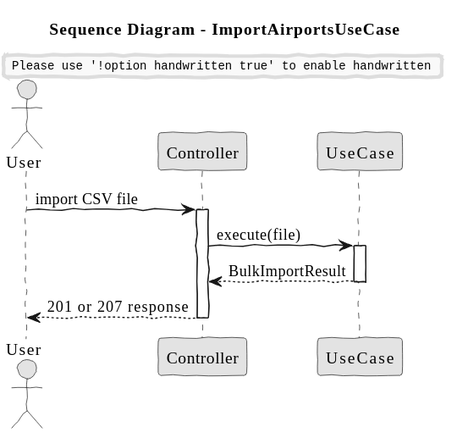
This is docs/system-documentation/use-cases/BONUS/US225/svg/sd_ImportAirportsUseCase.svg from VascoMagolo/psoft_1231562_1241692_1242036_2db, a PlantUML export, as it was before one commit. The source it was exported from:
```plantuml
@startuml
skinparam handwritten true
skinparam monochrome true
skinparam packageStyle rect
skinparam defaultFontName FG Virgil
skinparam shadowing false

title Sequence Diagram - ImportAirportsUseCase

actor "User" as user
participant "Controller" as ctrl
participant "UseCase" as uc

user -> ctrl: import CSV file
activate ctrl
ctrl -> uc: execute(file)
activate uc
uc --> ctrl: BulkImportResult
deactivate uc
ctrl --> user: 201 or 207 response
deactivate ctrl
@enduml
```
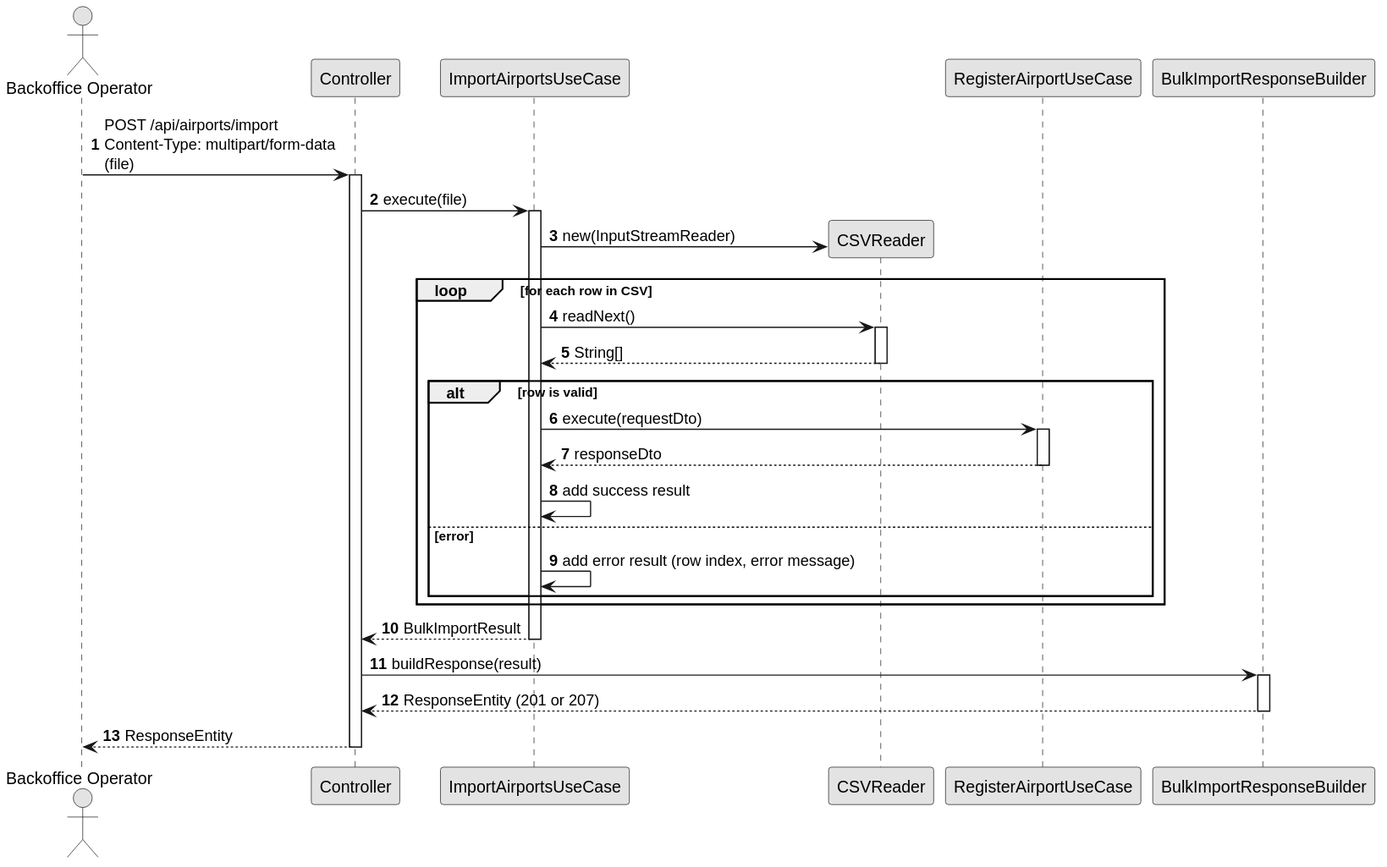
After the commit.

The edit, as a diff of the source:
```diff
@@ -1,22 +1,48 @@
 @startuml
-skinparam handwritten true
+autonumber
 skinparam monochrome true
 skinparam packageStyle rect
-skinparam defaultFontName FG Virgil
 skinparam shadowing false
 
-title Sequence Diagram - ImportAirportsUseCase
+actor "Backoffice Operator" as Actor
+participant "Controller" as Ctrl
+participant "ImportAirportsUseCase" as UC
+participant "CSVReader" as Reader
+participant "RegisterAirportUseCase" as InnerUC
+participant "BulkImportResponseBuilder" as Builder
 
-actor "User" as user
-participant "Controller" as ctrl
-participant "UseCase" as uc
+Actor -> Ctrl : POST /api/airports/import\nContent-Type: multipart/form-data\n(file)
+activate Ctrl
 
-user -> ctrl: import CSV file
-activate ctrl
-ctrl -> uc: execute(file)
-activate uc
-uc --> ctrl: BulkImportResult
-deactivate uc
-ctrl --> user: 201 or 207 response
-deactivate ctrl
+Ctrl -> UC : execute(file)
+activate UC
+
+UC -> Reader ** : new(InputStreamReader)
+loop for each row in CSV
+    UC -> Reader : readNext()
+    activate Reader
+    Reader --> UC : String[]
+    deactivate Reader
+
+    alt row is valid
+        UC -> InnerUC : execute(requestDto)
+        activate InnerUC
+        InnerUC --> UC : responseDto
+        deactivate InnerUC
+        UC -> UC : add success result
+    else error
+        UC -> UC : add error result (row index, error message)
+    end
+end
+
+UC --> Ctrl : BulkImportResult
+deactivate UC
+
+Ctrl -> Builder : buildResponse(result)
+activate Builder
+Builder --> Ctrl : ResponseEntity (201 or 207)
+deactivate Builder
+
+Ctrl --> Actor : ResponseEntity
+deactivate Ctrl
 @enduml
```
